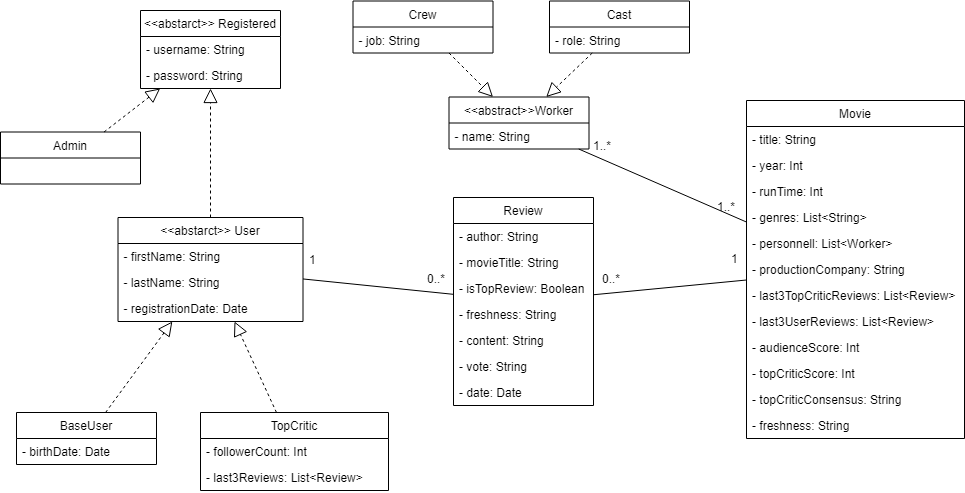
Earlier version of the draw.io export ClassDiagram.png (glmquint/RottenMovies). Source tidied: cells renumbered, new cells last; positions are measured from the earlier drawing's top-left corner, leaving out a move shared by most shapes.
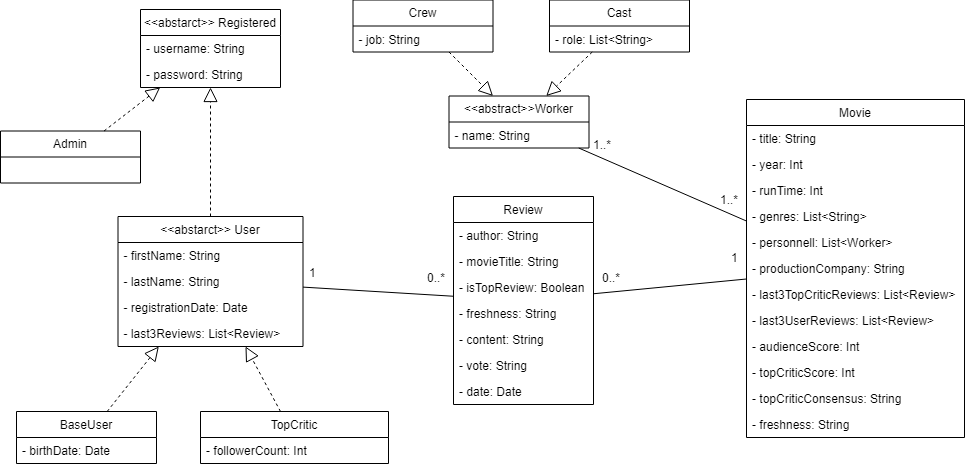
The same diagram one commit later.

Commit message:
some fixes to uml diagram

Diff of the diagram source:
```diff
@@ -28,7 +28,7 @@
       <mxGeometry relative="1" as="geometry" />
     </mxCell>
     <mxCell id="9" value="&lt;&lt;abstarct&gt;&gt; User" style="swimlane;fontStyle=0;horizontal=1;startSize=26;fillColor=none;" parent="1" vertex="1">
-      <mxGeometry x="117.5" y="217" width="185" height="104" as="geometry" />
+      <mxGeometry x="117.5" y="217" width="185" height="130" as="geometry" />
     </mxCell>
     <mxCell id="10" value="- firstName: String" style="text;strokeColor=none;fillColor=none;align=left;verticalAlign=top;spacingLeft=4;spacingRight=4;overflow=hidden;" parent="9" vertex="1">
       <mxGeometry y="26" width="185" height="26" as="geometry" />
@@ -39,6 +39,9 @@
     <mxCell id="12" value="- registrationDate: Date" style="text;strokeColor=none;fillColor=none;align=left;verticalAlign=top;spacingLeft=4;spacingRight=4;overflow=hidden;" parent="9" vertex="1">
       <mxGeometry y="78" width="185" height="26" as="geometry" />
     </mxCell>
+    <mxCell id="17" value="- last3Reviews: List&lt;Review&gt;" style="text;strokeColor=none;fillColor=none;align=left;verticalAlign=top;spacingLeft=4;spacingRight=4;overflow=hidden;" parent="9" vertex="1">
+      <mxGeometry y="104" width="185" height="26" as="geometry" />
+    </mxCell>
     <mxCell id="13" value="BaseUser" style="swimlane;fontStyle=0;horizontal=1;startSize=26;fillColor=none;" parent="1" vertex="1">
       <mxGeometry x="16" y="412" width="140" height="52" as="geometry" />
     </mxCell>
@@ -46,14 +49,11 @@
       <mxGeometry y="26" width="140" height="26" as="geometry" />
     </mxCell>
     <mxCell id="15" value="TopCritic" style="swimlane;fontStyle=0;horizontal=1;startSize=26;fillColor=none;" parent="1" vertex="1">
-      <mxGeometry x="200" y="412" width="188" height="78" as="geometry" />
+      <mxGeometry x="200" y="412" width="188" height="52" as="geometry" />
     </mxCell>
     <mxCell id="16" value="- followerCount: Int" style="text;strokeColor=none;fillColor=none;align=left;verticalAlign=top;spacingLeft=4;spacingRight=4;overflow=hidden;" parent="15" vertex="1">
       <mxGeometry y="26" width="188" height="26" as="geometry" />
     </mxCell>
-    <mxCell id="17" value="- last3Reviews: List&lt;Review&gt;" style="text;strokeColor=none;fillColor=none;align=left;verticalAlign=top;spacingLeft=4;spacingRight=4;overflow=hidden;" parent="15" vertex="1">
-      <mxGeometry y="52" width="188" height="26" as="geometry" />
-    </mxCell>
     <mxCell id="18" style="endArrow=block;dashed=1;endFill=0;endSize=12;html=1;" parent="1" edge="1" source="9" target="4">
       <mxGeometry relative="1" as="geometry" />
     </mxCell>
@@ -141,7 +141,7 @@
     <mxCell id="46" value="Cast" style="swimlane;fontStyle=0;horizontal=1;startSize=26;fillColor=none;" parent="1" vertex="1">
       <mxGeometry x="549" y="0.5" width="140" height="52" as="geometry" />
     </mxCell>
-    <mxCell id="47" value="- role: String" style="text;strokeColor=none;fillColor=none;align=left;verticalAlign=top;spacingLeft=4;spacingRight=4;overflow=hidden;" parent="46" vertex="1">
+    <mxCell id="47" value="- role: List&lt;String&gt;" style="text;strokeColor=none;fillColor=none;align=left;verticalAlign=top;spacingLeft=4;spacingRight=4;overflow=hidden;" parent="46" vertex="1">
       <mxGeometry y="26" width="140" height="26" as="geometry" />
     </mxCell>
     <mxCell id="48" style="endArrow=block;dashed=1;endFill=0;endSize=12;html=1;" parent="1" edge="1" source="46" target="42">
@@ -157,7 +157,7 @@
       <mxGeometry relative="1" as="geometry" />
     </mxCell>
     <mxCell id="52" value="1..*" style="text;html=1;align=left;verticalAlign=top;spacingTop=-4;" parent="1" vertex="1">
-      <mxGeometry x="714.5" y="197" width="28" height="14" as="geometry" />
+      <mxGeometry x="718" y="191" width="28" height="14" as="geometry" />
     </mxCell>
     <mxCell id="53" value="1..*" style="text;html=1;align=left;verticalAlign=top;spacingTop=-4;" parent="1" vertex="1">
       <mxGeometry x="591" y="135.5" width="28" height="14" as="geometry" />
@@ -175,7 +175,7 @@
       <mxGeometry x="425" y="269" width="28" height="14" as="geometry" />
     </mxCell>
     <mxCell id="58" value="1" style="text;html=1;align=left;verticalAlign=top;spacingTop=-4;" parent="1" vertex="1">
-      <mxGeometry x="307" y="250" width="17" height="14" as="geometry" />
+      <mxGeometry x="307" y="264" width="17" height="14" as="geometry" />
     </mxCell>
   </root>
 </mxGraphModel>
```
